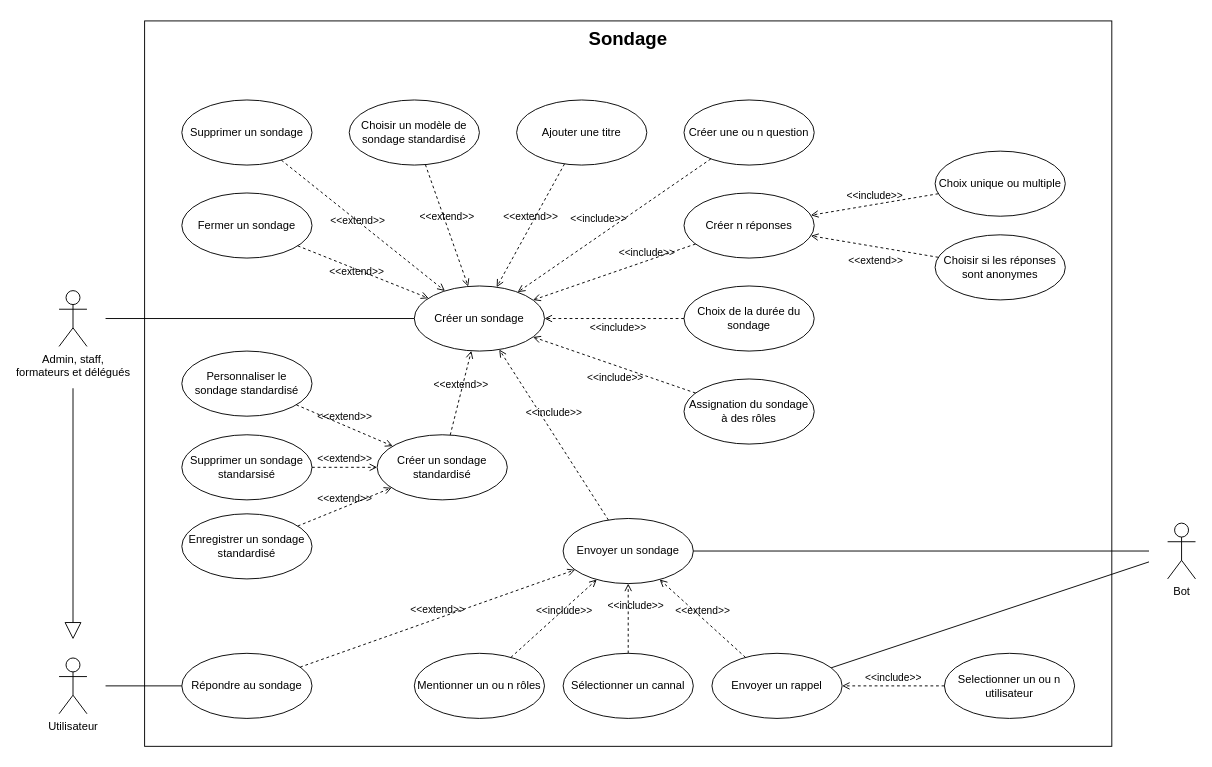
Above: doc/bot-feedback/uml/use-case.drawio in gabrielluthun/API-bots-discord-documentation (draw.io), before the change. Source tidied: cells renumbered, new cells numbered last; positions are measured from the earlier drawing's top-left corner, leaving out a move shared by most shapes. Both pictures are drawn from the tidied source at 93%, with x=0, y=0 at pixel (59, 20).
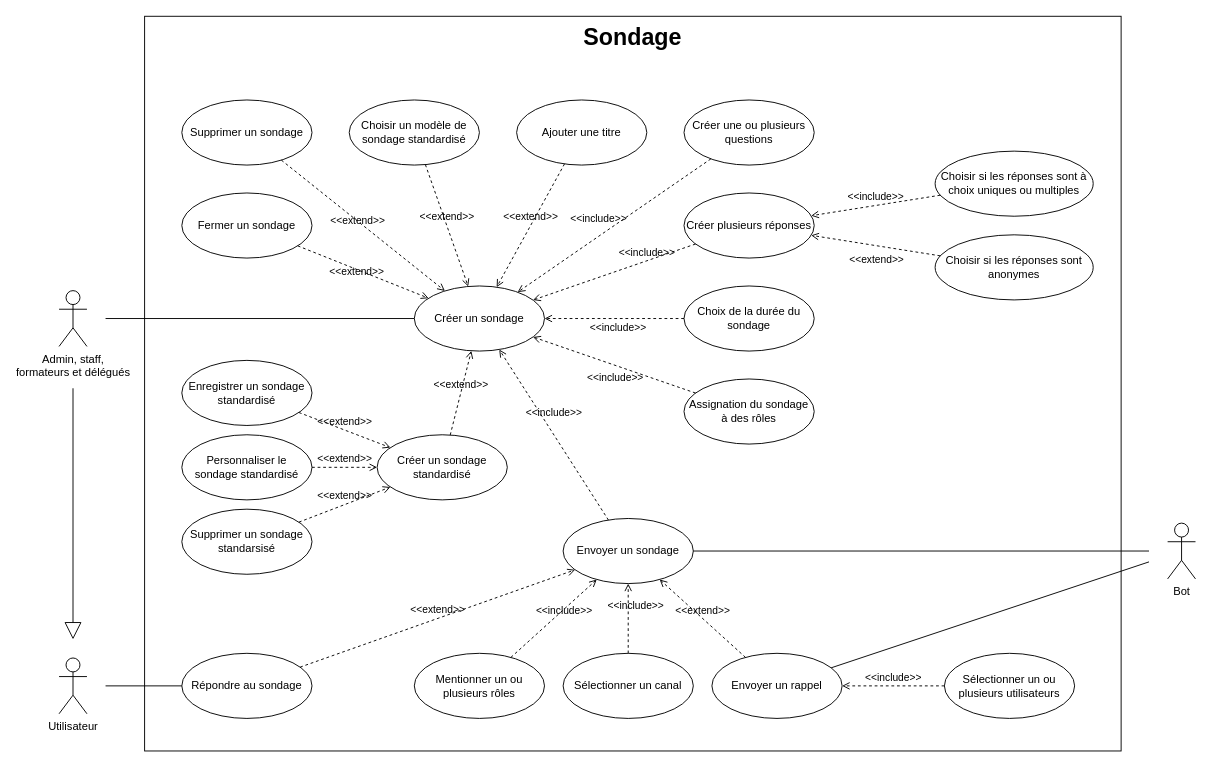
The same page after the edit.

Commit message (it also covers changes not shown here):
docs(bot-feedback): fix use-case

Diff of the diagram source:
```diff
@@
-    <mxCell id="2" value="&lt;font style=&quot;font-size: 20px;&quot;&gt;&lt;b&gt;Sondage&lt;/b&gt;&lt;/font&gt;" style="html=1;whiteSpace=wrap;verticalAlign=top;" parent="1" vertex="1">
-      <mxGeometry x="92" width="1040" height="780" as="geometry" />
+    <mxCell id="2" value="&lt;font style=&quot;font-size: 25px;&quot;&gt;&lt;b style=&quot;line-height: 100%;&quot;&gt;Sondage&lt;/b&gt;&lt;/font&gt;" style="html=1;whiteSpace=wrap;verticalAlign=top;" parent="1" vertex="1">
+      <mxGeometry x="92" y="-5" width="1050" height="790" as="geometry" />
     </mxCell>
@@
-    <mxCell id="7" value="Créer n réponses" style="ellipse;whiteSpace=wrap;html=1;" parent="1" vertex="1">
+    <mxCell id="7" value="Créer plusieurs réponses" style="ellipse;whiteSpace=wrap;html=1;" parent="1" vertex="1">
       <mxGeometry x="672" y="185" width="140" height="70" as="geometry" />
     </mxCell>
-    <mxCell id="8" value="Créer une ou n question" style="ellipse;whiteSpace=wrap;html=1;" parent="1" vertex="1">
+    <mxCell id="8" value="Créer une ou plusieurs questions" style="ellipse;whiteSpace=wrap;html=1;" parent="1" vertex="1">
       <mxGeometry x="672" y="85" width="140" height="70" as="geometry" />
     </mxCell>
@@
-    <mxCell id="16" value="Choix unique ou multiple" style="ellipse;whiteSpace=wrap;html=1;" parent="1" vertex="1">
-      <mxGeometry x="942" y="140" width="140" height="70" as="geometry" />
+    <mxCell id="16" value="Choisir si les réponses sont à choix uniques ou multiples" style="ellipse;whiteSpace=wrap;html=1;" parent="1" vertex="1">
+      <mxGeometry x="942" y="140" width="170" height="70" as="geometry" />
     </mxCell>
@@
     <mxCell id="18" value="Choisir si les réponses sont anonymes" style="ellipse;whiteSpace=wrap;html=1;" parent="1" vertex="1">
-      <mxGeometry x="942" y="230" width="140" height="70" as="geometry" />
+      <mxGeometry x="942" y="230" width="170" height="70" as="geometry" />
     </mxCell>
@@
     <mxCell id="30" value="Personnaliser&amp;nbsp;&lt;span style=&quot;background-color: transparent; color: light-dark(rgb(0, 0, 0), rgb(255, 255, 255));&quot;&gt;le&lt;/span&gt;&lt;div&gt;&lt;span style=&quot;background-color: transparent; color: light-dark(rgb(0, 0, 0), rgb(255, 255, 255));&quot;&gt;sondage standardisé&lt;/span&gt;&lt;/div&gt;" style="ellipse;whiteSpace=wrap;html=1;align=center;" parent="1" vertex="1">
-      <mxGeometry x="132" y="355" width="140" height="70" as="geometry" />
+      <mxGeometry x="132" y="445" width="140" height="70" as="geometry" />
     </mxCell>
@@
     <mxCell id="32" value="Supprimer un sondage standarsisé" style="ellipse;whiteSpace=wrap;html=1;" parent="1" vertex="1">
-      <mxGeometry x="132" y="445" width="140" height="70" as="geometry" />
+      <mxGeometry x="132" y="525" width="140" height="70" as="geometry" />
     </mxCell>
@@
-    <mxCell id="39" value="Sélectionner un cannal" style="ellipse;whiteSpace=wrap;html=1;" parent="1" vertex="1">
+    <mxCell id="39" value="Sélectionner un canal" style="ellipse;whiteSpace=wrap;html=1;" parent="1" vertex="1">
       <mxGeometry x="542" y="680" width="140" height="70" as="geometry" />
     </mxCell>
@@
-    <mxCell id="43" value="Mentionner un ou n rôles" style="ellipse;whiteSpace=wrap;html=1;" parent="1" vertex="1">
+    <mxCell id="43" value="Mentionner un ou plusieurs rôles" style="ellipse;whiteSpace=wrap;html=1;" parent="1" vertex="1">
       <mxGeometry x="382" y="680" width="140" height="70" as="geometry" />
     </mxCell>
@@
-    <mxCell id="47" value="Selectionner un ou n utilisateur" style="ellipse;whiteSpace=wrap;html=1;" parent="1" vertex="1">
+    <mxCell id="47" value="Sélectionner un ou plusieurs utilisateurs" style="ellipse;whiteSpace=wrap;html=1;" parent="1" vertex="1">
       <mxGeometry x="952" y="680" width="140" height="70" as="geometry" />
     </mxCell>
@@
     <mxCell id="50" value="Enregistrer un sondage standardisé" style="ellipse;whiteSpace=wrap;html=1;" parent="1" vertex="1">
-      <mxGeometry x="132" y="530" width="140" height="70" as="geometry" />
+      <mxGeometry x="132" y="365" width="140" height="70" as="geometry" />
     </mxCell>
```
